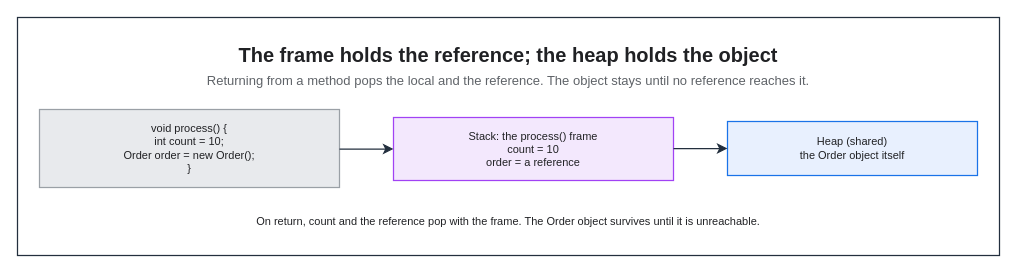
KKamJi98/kkamji98.github.io keeps this draw.io diagram as assets/img/jvm/jvm-02-stack-vs-heap.drawio. Above is the earlier version. Source tidied: cells renumbered, new cells numbered last; positions are measured from the earlier drawing's top-left corner, leaving out a move shared by most shapes. Both pictures are drawn from the tidied source at 100%, with x=0, y=0 at pixel (17, 17).
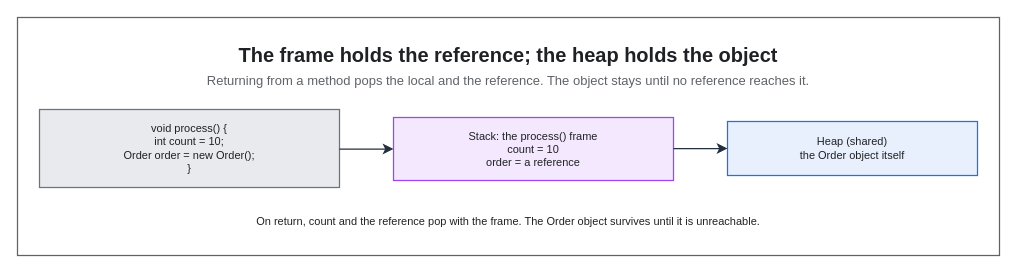
Above is the later version.

Diff of the diagram source:
```diff
@@
 <mxGraphModel background="#FFFFFF">
   <root>
     <mxCell id="0" />
     <mxCell id="1" parent="0" />
-    <mxCell id="2" style="rounded=0;html=0;fillColor=none;strokeColor=#232F3E;fontColor=#202124;strokeWidth=1.25;" parent="1" vertex="1">
+    <mxCell id="2" style="rounded=0;html=0;fillColor=none;strokeColor=#5F6368;fontColor=#202124;strokeWidth=1.25;" parent="1" vertex="1">
       <mxGeometry width="982" height="238" as="geometry" />
     </mxCell>
     <mxCell id="3" value="The frame holds the reference; the heap holds the object" style="text;html=0;whiteSpace=wrap;fillColor=none;strokeColor=none;fontColor=#202124;fontSize=20;fontStyle=1;align=center;verticalAlign=middle;" parent="1" vertex="1">
       <mxGeometry x="22" y="22" width="938" height="30" as="geometry" />
     </mxCell>
     <mxCell id="4" value="Returning from a method pops the local and the reference. The object stays until no reference reaches it." style="text;html=0;whiteSpace=wrap;fillColor=none;strokeColor=none;fontColor=#5F6368;fontSize=13;fontStyle=0;align=center;verticalAlign=middle;" parent="1" vertex="1">
       <mxGeometry x="22" y="52" width="938" height="22" as="geometry" />
     </mxCell>
-    <mxCell id="5" value="void process() {&#10;    int count = 10;&#10;    Order order = new Order();&#10;}" style="rounded=0;whiteSpace=wrap;html=0;fillColor=#E8EAED;strokeColor=#9AA0A6;fontColor=#202124;fontSize=11;fontStyle=0;align=center;verticalAlign=middle;spacingLeft=6;spacingRight=6;strokeWidth=1.25;" parent="1" vertex="1">
+    <mxCell id="5" value="void process() {&#10;    int count = 10;&#10;    Order order = new Order();&#10;}" style="rounded=0;whiteSpace=wrap;html=0;fillColor=#E8EAED;strokeColor=#6B7280;fontColor=#202124;fontSize=11;fontStyle=0;align=center;verticalAlign=middle;spacingLeft=6;spacingRight=6;strokeWidth=1.25;" parent="1" vertex="1">
       <mxGeometry x="22" y="92" width="300" height="78" as="geometry" />
     </mxCell>
     <mxCell id="6" value="Stack: the process() frame&#10;count = 10&#10;order = a reference" style="rounded=0;whiteSpace=wrap;html=0;fillColor=#F3E8FD;strokeColor=#A142F4;fontColor=#202124;fontSize=11;fontStyle=0;align=center;verticalAlign=middle;spacingLeft=6;spacingRight=6;strokeWidth=1.25;" parent="1" vertex="1">
       <mxGeometry x="376" y="100" width="280" height="63" as="geometry" />
     </mxCell>
     <mxCell id="7" value="Heap (shared)&#10;the Order object itself" style="rounded=0;whiteSpace=wrap;html=0;fillColor=#E8F0FE;strokeColor=#1A73E8;fontColor=#202124;fontSize=11;fontStyle=0;align=center;verticalAlign=middle;spacingLeft=6;spacingRight=6;strokeWidth=1.25;" parent="1" vertex="1">
       <mxGeometry x="710" y="104" width="250" height="54" as="geometry" />
     </mxCell>
     <mxCell id="8" value="On return, count and the reference pop with the frame. The Order object survives until it is unreachable." style="text;html=0;whiteSpace=wrap;fillColor=none;strokeColor=none;fontColor=#202124;fontSize=11;fontStyle=0;align=center;verticalAlign=middle;" parent="1" vertex="1">
       <mxGeometry x="22" y="192" width="938" height="24" as="geometry" />
     </mxCell>
     <mxCell id="9" style="edgeStyle=orthogonalEdgeStyle;rounded=0;html=0;strokeColor=#232F3E;strokeWidth=1.25;endArrow=classic;endFill=1;endSize=7;fontSize=11;fontColor=#202124;labelBackgroundColor=none;jettySize=14;exitX=1;exitY=0.5064;entryX=0;entryY=0.5;exitDx=0;exitDy=0;entryDx=0;entryDy=0;" parent="1" edge="1" source="5" target="6">
       <mxGeometry relative="1" as="geometry" />
     </mxCell>
     <mxCell id="10" style="edgeStyle=orthogonalEdgeStyle;rounded=0;html=0;strokeColor=#232F3E;strokeWidth=1.25;endArrow=classic;endFill=1;endSize=7;fontSize=11;fontColor=#202124;labelBackgroundColor=none;jettySize=14;exitX=1;exitY=0.4921;entryX=0;entryY=0.5;exitDx=0;exitDy=0;entryDx=0;entryDy=0;" parent="1" edge="1" source="6" target="7">
       <mxGeometry relative="1" as="geometry" />
     </mxCell>
   </root>
 </mxGraphModel>
```
